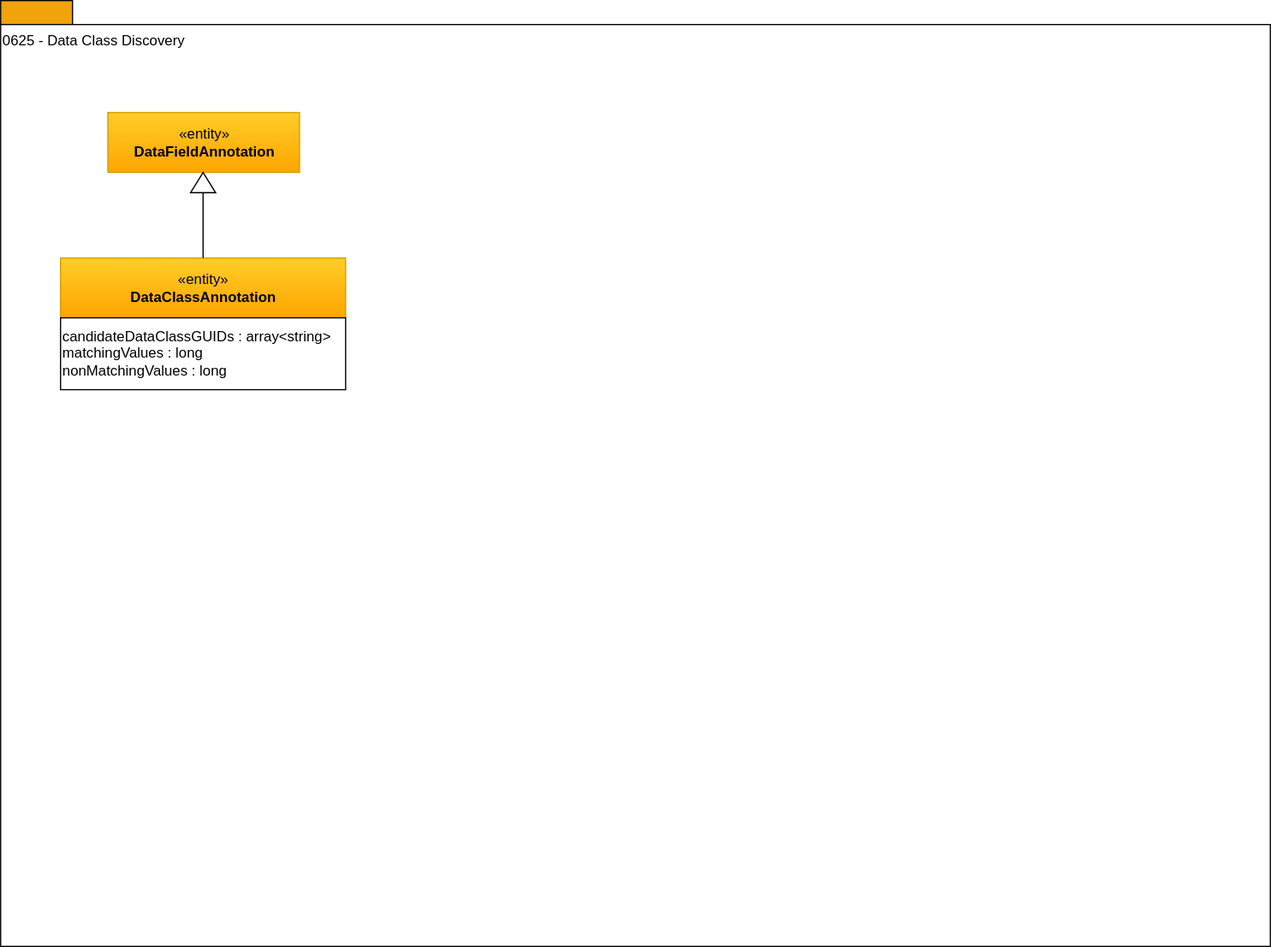
Above: site/docs/types/6/0625-Data-Class-Discovery.svg in odpi/egeria-docs (draw.io), before the change. Source tidied: cells renumbered, new cells last; positions are measured from the earlier drawing's top-left corner, leaving out a move shared by most shapes.
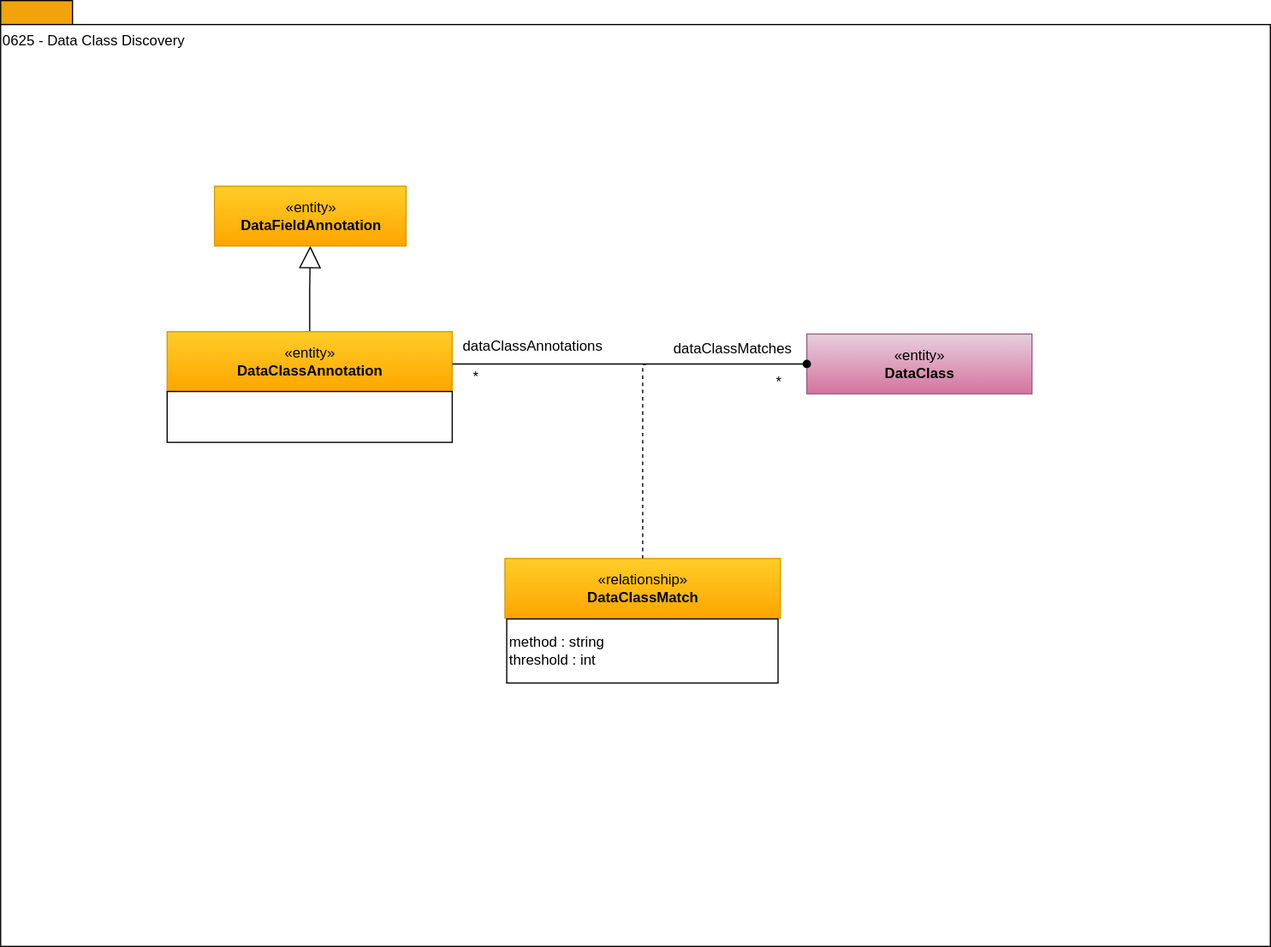
Above is the later version.

Diff of the diagram source:
```diff
@@ -8,20 +8,54 @@
     <mxCell id="3" value="0625 - Data Class Discovery" style="rounded=0;whiteSpace=wrap;html=1;align=left;verticalAlign=top;" parent="1" vertex="1">
       <mxGeometry y="20" width="1060" height="770" as="geometry" />
     </mxCell>
-    <mxCell id="4" value="«entity»&lt;br&gt;&lt;b&gt;DataClassAnnotation&lt;/b&gt;" style="html=1;strokeColor=#d79b00;align=center;fillColor=#ffcd28;gradientColor=#ffa500;" parent="1" vertex="1">
-      <mxGeometry x="50" y="215" width="238" height="50" as="geometry" />
+    <mxCell id="4" style="edgeStyle=orthogonalEdgeStyle;rounded=0;jettySize=auto;html=1;exitX=0.5;exitY=0;exitDx=0;exitDy=0;endArrow=block;endFill=0;endSize=16;" parent="1" edge="1" source="5" target="7">
+      <mxGeometry relative="1" as="geometry" />
     </mxCell>
-    <mxCell id="5" value="candidateDataClassGUIDs : array&amp;lt;string&amp;gt;&lt;br&gt;matchingValues : long&lt;br&gt;nonMatchingValues : long&lt;br&gt;" style="rounded=0;whiteSpace=wrap;html=1;strokeColor=#000000;gradientColor=#ffffff;align=left;" parent="1" vertex="1">
-      <mxGeometry x="50" y="265" width="238" height="60" as="geometry" />
+    <mxCell id="5" value="«entity»&lt;br&gt;&lt;b&gt;DataClassAnnotation&lt;/b&gt;" style="html=1;strokeColor=#d79b00;align=center;fillColor=#ffcd28;gradientColor=#ffa500;" parent="1" vertex="1">
+      <mxGeometry x="139" y="276.5" width="238" height="50" as="geometry" />
     </mxCell>
-    <mxCell id="6" style="edgeStyle=orthogonalEdgeStyle;rounded=0;html=1;endArrow=none;endFill=0;jettySize=auto;exitX=0;exitY=0.5;" parent="1" edge="1" source="8" target="4">
-      <mxGeometry relative="1" as="geometry" />
+    <mxCell id="6" style="rounded=0;whiteSpace=wrap;html=1;strokeColor=#000000;gradientColor=#ffffff;align=left;" parent="1" vertex="1">
+      <mxGeometry x="139" y="326.5" width="238" height="42.5" as="geometry" />
     </mxCell>
     <mxCell id="7" value="«entity»&lt;br&gt;&lt;b&gt;DataFieldAnnotation&lt;/b&gt;" style="html=1;strokeColor=#d79b00;align=center;fillColor=#ffcd28;gradientColor=#ffa500;" parent="1" vertex="1">
-      <mxGeometry x="89.5" y="93.5" width="160" height="50" as="geometry" />
+      <mxGeometry x="178.5" y="155" width="160" height="50" as="geometry" />
     </mxCell>
-    <mxCell id="8" style="triangle;whiteSpace=wrap;html=1;strokeColor=#000000;gradientColor=#ffffff;align=center;rotation=-90;" parent="1" vertex="1">
-      <mxGeometry x="160.5" y="141.5" width="17" height="21" as="geometry" />
+    <mxCell id="8" value="«entity»&lt;br&gt;&lt;b&gt;DataClass&lt;/b&gt;" style="html=1;strokeColor=#996185;align=center;fillColor=#e6d0de;gradientColor=#d5739d;" parent="1" vertex="1">
+      <mxGeometry x="673" y="278.5" width="188" height="50" as="geometry" />
     </mxCell>
+    <mxCell id="9" value="*" style="text;html=1;strokeColor=none;fillColor=none;align=center;verticalAlign=middle;whiteSpace=wrap;rounded=0;" parent="1" vertex="1">
+      <mxGeometry x="377" y="305" width="40" height="20" as="geometry" />
+    </mxCell>
+    <mxCell id="10" value="*" style="text;html=1;strokeColor=none;fillColor=none;align=center;verticalAlign=middle;whiteSpace=wrap;rounded=0;" parent="1" vertex="1">
+      <mxGeometry x="630" y="308.5" width="40" height="20" as="geometry" />
+    </mxCell>
+    <mxCell id="11" value="dataClassAnnotations" style="text;html=1;strokeColor=none;fillColor=none;align=center;verticalAlign=middle;whiteSpace=wrap;rounded=0;" parent="1" vertex="1">
+      <mxGeometry x="377.5" y="278.5" width="132.5" height="20" as="geometry" />
+    </mxCell>
+    <mxCell id="12" value="dataClassMatches" style="text;html=1;strokeColor=none;fillColor=none;align=center;verticalAlign=middle;whiteSpace=wrap;rounded=0;" parent="1" vertex="1">
+      <mxGeometry x="550" y="281" width="123" height="20" as="geometry" />
+    </mxCell>
+    <mxCell id="13" value="«relationship»&lt;br&gt;&lt;b&gt;DataClassMatch&lt;/b&gt;" style="html=1;strokeColor=#d79b00;align=center;fillColor=#ffcd28;gradientColor=#ffa500;" parent="1" vertex="1">
+      <mxGeometry x="421" y="466" width="230" height="50" as="geometry" />
+    </mxCell>
+    <mxCell id="14" value="&lt;span&gt;method : string&lt;/span&gt;&lt;br&gt;&lt;span&gt;threshold : int&lt;/span&gt;" style="rounded=0;whiteSpace=wrap;html=1;strokeColor=#000000;gradientColor=#ffffff;align=left;" parent="1" vertex="1">
+      <mxGeometry x="422.5" y="516.5" width="226.5" height="53.5" as="geometry" />
+    </mxCell>
+    <mxCell id="15" style="endArrow=none;dashed=1;html=1;exitX=0.5;exitY=0;exitDx=0;exitDy=0;rounded=0;edgeStyle=orthogonalEdgeStyle;" parent="1" edge="1" source="13">
+      <mxGeometry relative="1" as="geometry">
+        <mxPoint x="539" y="304" as="targetPoint" />
+        <Array as="points">
+          <mxPoint x="536" y="304" />
+        </Array>
+      </mxGeometry>
+    </mxCell>
+    <mxCell id="16" style="edgeStyle=orthogonalEdgeStyle;rounded=0;jettySize=auto;html=1;entryX=0;entryY=0.5;entryDx=0;entryDy=0;endArrow=oval;endFill=1;" parent="1" edge="1" target="8">
+      <mxGeometry relative="1" as="geometry">
+        <mxPoint x="377" y="303.5" as="sourcePoint" />
+        <Array as="points">
+          <mxPoint x="668" y="304" />
+        </Array>
+      </mxGeometry>
+    </mxCell>
   </root>
 </mxGraphModel>
```
